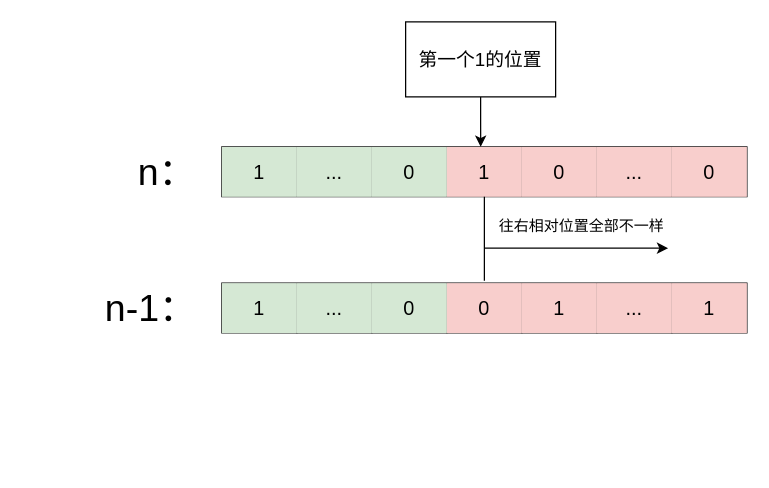
This is 算法/BrianKernighan算法.drawio from g1823/Draw, a draw.io file, before an edit. Source tidied: cells renumbered, new cells numbered last; positions are measured from the earlier drawing's top-left corner, leaving out a move shared by most shapes. Both pictures are drawn from the tidied source at 125%, with x=0, y=0 at pixel (92, 21).
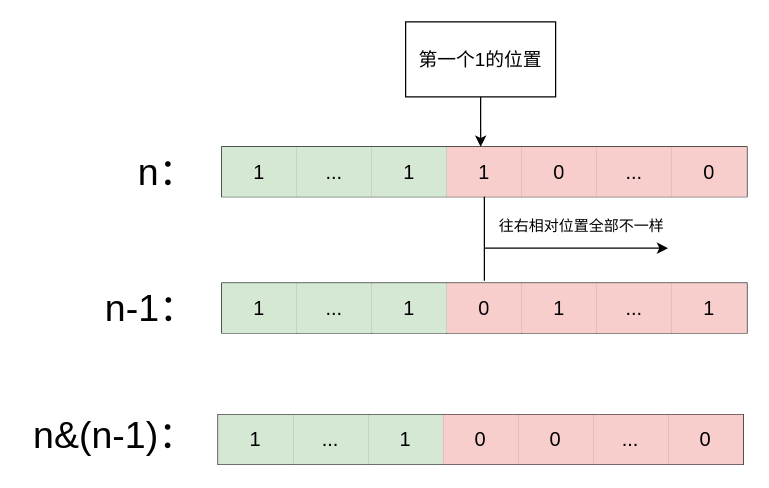
The same diagram, later.

The change refers to these unchanged cells:
```xml
<mxCell id="3" style="shape=tableRow;horizontal=0;startSize=0;swimlaneHead=0;swimlaneBody=0;strokeColor=inherit;top=0;left=0;bottom=0;right=0;fillColor=none;points=[[0,0.5],[1,0.5]];portConstraint=eastwest;fontSize=16;" parent="2" vertex="1">
  <mxGeometry width="420" height="40" as="geometry" />
</mxCell>
<mxCell id="12" style="shape=tableRow;horizontal=0;startSize=0;swimlaneHead=0;swimlaneBody=0;strokeColor=inherit;top=0;left=0;bottom=0;right=0;fillColor=none;fontSize=16;" parent="11" vertex="1">
  <mxGeometry width="420" height="40" as="geometry" />
</mxCell>
```

What changed in the source:
```diff
@@
-    <mxCell id="6" value="0" style="shape=partialRectangle;html=1;whiteSpace=wrap;strokeColor=#82b366;overflow=hidden;fillColor=#d5e8d4;top=0;left=0;bottom=0;right=0;fontSize=16;" parent="3" vertex="1">
+    <mxCell id="6" value="1" style="shape=partialRectangle;html=1;whiteSpace=wrap;strokeColor=#82b366;overflow=hidden;fillColor=#d5e8d4;top=0;left=0;bottom=0;right=0;fontSize=16;" parent="3" vertex="1">
       <mxGeometry x="120" width="60" height="40" as="geometry" />
     </mxCell>
@@
-    <mxCell id="15" value="0" style="shape=partialRectangle;html=1;whiteSpace=wrap;strokeColor=#82b366;overflow=hidden;fillColor=#d5e8d4;top=0;left=0;bottom=0;right=0;fontSize=16;" parent="12" vertex="1">
+    <mxCell id="15" value="1" style="shape=partialRectangle;html=1;whiteSpace=wrap;strokeColor=#82b366;overflow=hidden;fillColor=#d5e8d4;top=0;left=0;bottom=0;right=0;fontSize=16;" parent="12" vertex="1">
       <mxGeometry x="120" width="60" height="40" as="geometry" />
     </mxCell>
@@
+    <mxCell id="27" style="shape=table;startSize=0;childLayout=tableLayout;fontSize=16;" parent="1" vertex="1">
+      <mxGeometry x="100" y="314.1" width="420" height="39.8" as="geometry" />
+    </mxCell>
+    <mxCell id="28" style="shape=tableRow;horizontal=0;startSize=0;swimlaneHead=0;swimlaneBody=0;strokeColor=inherit;top=0;left=0;bottom=0;right=0;fillColor=none;fontSize=16;" parent="27" vertex="1">
+      <mxGeometry width="420" height="40" as="geometry" />
+    </mxCell>
+    <mxCell id="29" value="1" style="shape=partialRectangle;html=1;whiteSpace=wrap;strokeColor=#82b366;overflow=hidden;fillColor=#d5e8d4;top=0;left=0;bottom=0;right=0;fontSize=16;" parent="28" vertex="1">
+      <mxGeometry width="60" height="40" as="geometry" />
+    </mxCell>
+    <mxCell id="30" value="..." style="shape=partialRectangle;html=1;whiteSpace=wrap;strokeColor=#82b366;overflow=hidden;fillColor=#d5e8d4;top=0;left=0;bottom=0;right=0;fontSize=16;" parent="28" vertex="1">
+      <mxGeometry x="60" width="60" height="40" as="geometry" />
+    </mxCell>
+    <mxCell id="31" value="1" style="shape=partialRectangle;html=1;whiteSpace=wrap;strokeColor=#82b366;overflow=hidden;fillColor=#d5e8d4;top=0;left=0;bottom=0;right=0;fontSize=16;" parent="28" vertex="1">
+      <mxGeometry x="120" width="60" height="40" as="geometry" />
+    </mxCell>
+    <mxCell id="32" value="0" style="shape=partialRectangle;html=1;whiteSpace=wrap;strokeColor=#b85450;overflow=hidden;fillColor=#f8cecc;top=0;left=0;bottom=0;right=0;fontSize=16;" parent="28" vertex="1">
+      <mxGeometry x="180" width="60" height="40" as="geometry" />
+    </mxCell>
+    <mxCell id="33" value="0" style="shape=partialRectangle;html=1;whiteSpace=wrap;strokeColor=#b85450;overflow=hidden;fillColor=#f8cecc;top=0;left=0;bottom=0;right=0;fontSize=16;" parent="28" vertex="1">
+      <mxGeometry x="240" width="60" height="40" as="geometry" />
+    </mxCell>
+    <mxCell id="34" value="..." style="shape=partialRectangle;html=1;whiteSpace=wrap;strokeColor=#b85450;overflow=hidden;fillColor=#f8cecc;top=0;left=0;bottom=0;right=0;fontSize=16;" parent="28" vertex="1">
+      <mxGeometry x="300" width="60" height="40" as="geometry" />
+    </mxCell>
+    <mxCell id="35" value="0" style="shape=partialRectangle;html=1;whiteSpace=wrap;strokeColor=#b85450;overflow=hidden;fillColor=#f8cecc;top=0;left=0;bottom=0;right=0;fontSize=16;" parent="28" vertex="1">
+      <mxGeometry x="360" width="60" height="40" as="geometry" />
+    </mxCell>
+    <mxCell id="36" value="&lt;font style=&quot;font-size: 30px;&quot;&gt;n&amp;amp;(n-1)：&lt;/font&gt;" style="text;html=1;align=center;verticalAlign=middle;strokeColor=none;fillColor=none;fontSize=30;" parent="1" vertex="1">
+      <mxGeometry x="-57" y="305.9" width="148" height="48" as="geometry" />
+    </mxCell>
```
